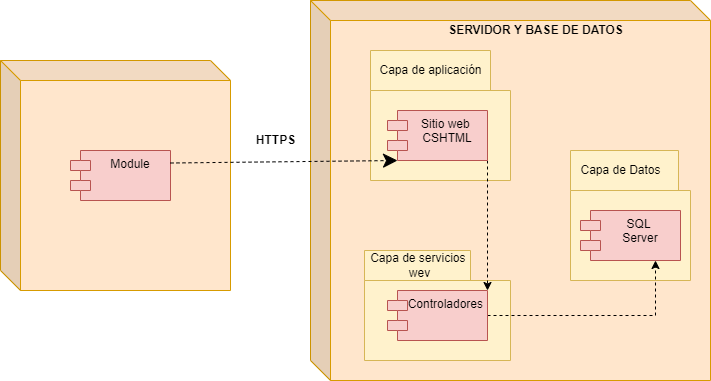
Raul-Gutierrez/AirsoftApp keeps this draw.io diagram as Diagrama de despligue.drawio.png. Above is the earlier version. Source tidied: cells renumbered, new cells last; positions are measured from the earlier drawing's top-left corner, leaving out a move shared by most shapes.
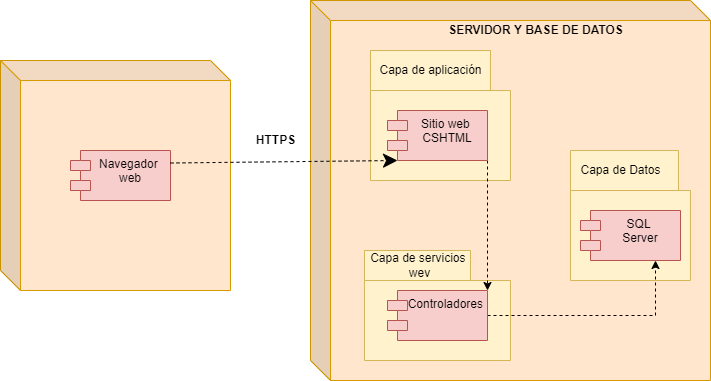
After the change.

Change to the diagram source:
```diff
@@ -8,7 +8,7 @@
     <mxCell id="3" style="shape=cube;whiteSpace=wrap;html=1;boundedLbl=1;backgroundOutline=1;darkOpacity=0.05;darkOpacity2=0.1;fillColor=#ffe6cc;strokeColor=#d79b00;" parent="1" vertex="1">
       <mxGeometry x="310" width="400" height="380" as="geometry" />
     </mxCell>
-    <mxCell id="4" value="Module" style="shape=module;align=left;spacingLeft=20;align=center;verticalAlign=top;fillColor=#f8cecc;strokeColor=#b85450;" parent="1" vertex="1">
+    <mxCell id="4" value="Navegador &#10;web" style="shape=module;align=left;spacingLeft=20;align=center;verticalAlign=top;fillColor=#f8cecc;strokeColor=#b85450;" parent="1" vertex="1">
       <mxGeometry x="70" y="150" width="100" height="50" as="geometry" />
     </mxCell>
     <mxCell id="5" style="shape=folder;fontStyle=1;spacingTop=10;tabWidth=120;tabHeight=40;tabPosition=left;html=1;fillColor=#fff2cc;strokeColor=#d6b656;" parent="1" vertex="1">
```
